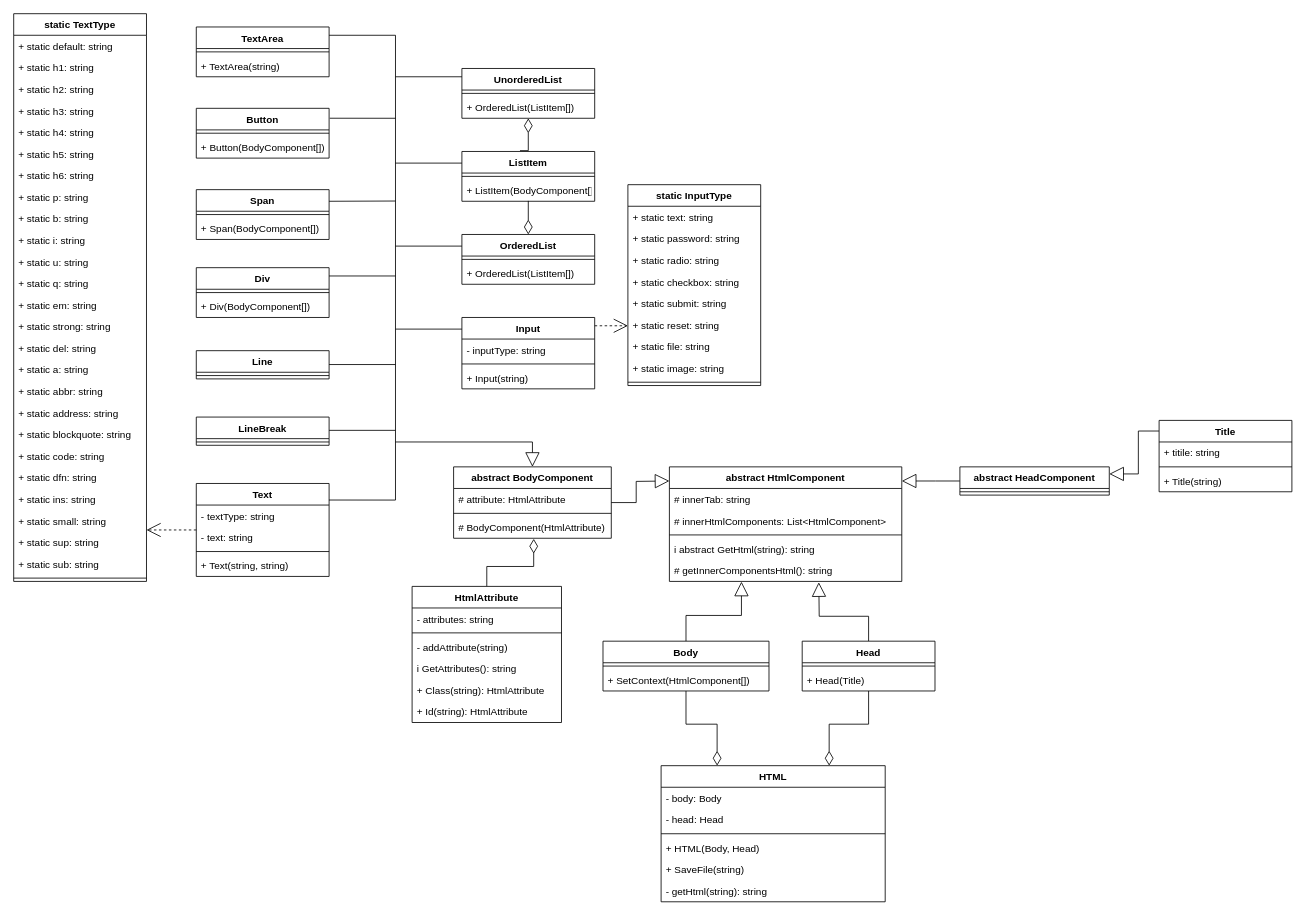
Before: Class structure.drawio in Vitaly05/html-creator-library, a draw.io diagram. Source tidied: cells renumbered, new cells numbered last; positions are measured from the earlier drawing's top-left corner, leaving out a move shared by most shapes. Both pictures are drawn from the tidied source at 83%, with x=0, y=0 at pixel (13, 13).
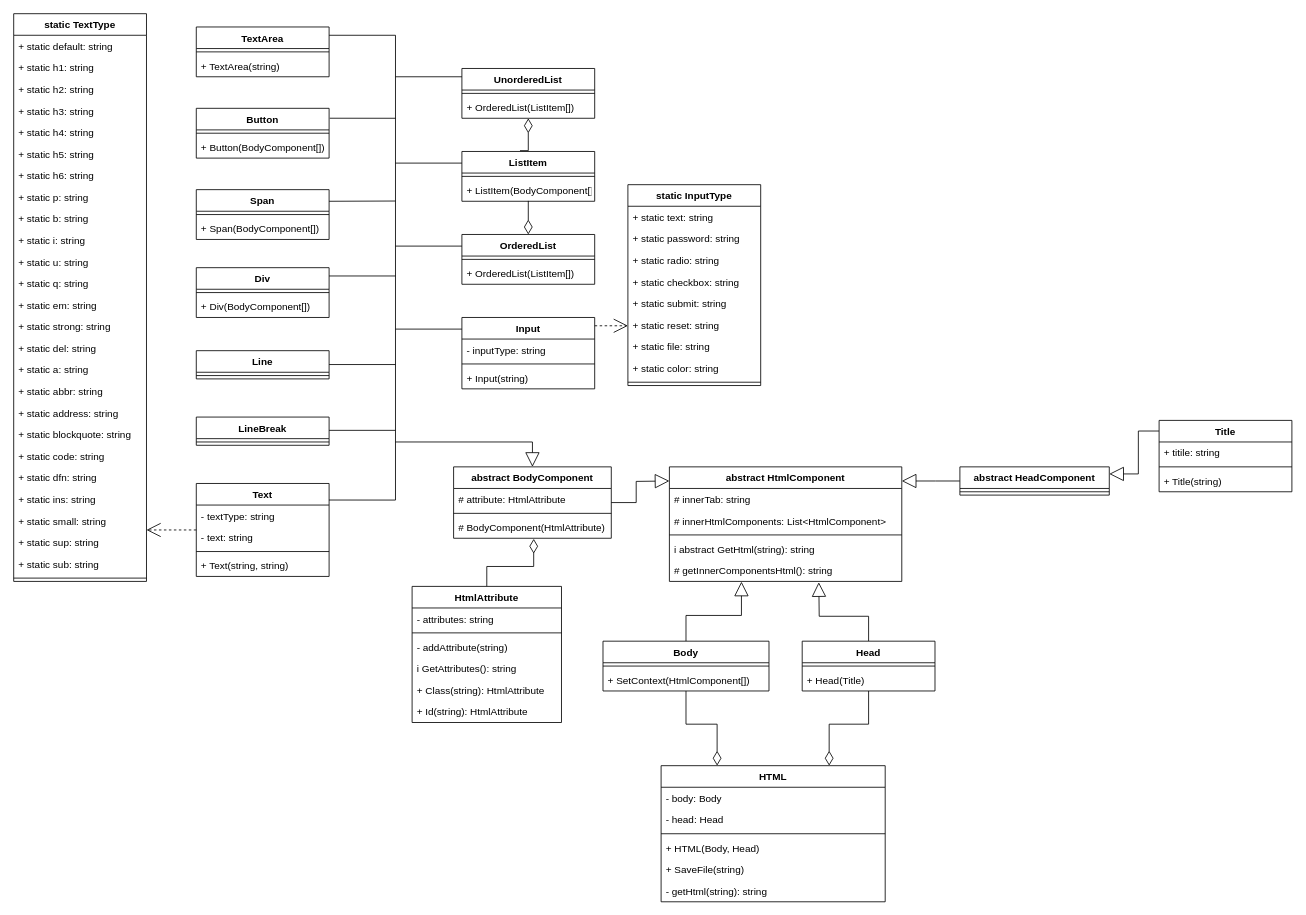
The same page after the edit.

The change refers to these unchanged cells:
```xml
<mxCell id="72" value="static InputType" style="swimlane;fontStyle=1;align=center;verticalAlign=top;horizontal=1;startSize=26;" parent="1" vertex="1">
  <mxGeometry x="740" y="206" width="160" height="242" as="geometry" />
</mxCell>
```

What changed in the source:
```diff
@@
-    <mxCell id="80" value="+ static image: string" style="text;strokeColor=none;fillColor=none;align=left;verticalAlign=top;spacingLeft=4;spacingRight=4;overflow=hidden;" parent="72" vertex="1">
-      <mxGeometry y="208" width="160" height="26" as="geometry" />
-    </mxCell>
+    <mxCell id="134" value="+ static color: string" style="text;strokeColor=none;fillColor=none;align=left;verticalAlign=top;spacingLeft=4;spacingRight=4;overflow=hidden;" parent="72" vertex="1">
+      <mxGeometry y="208" width="160" height="26" as="geometry" />
+    </mxCell>
```
